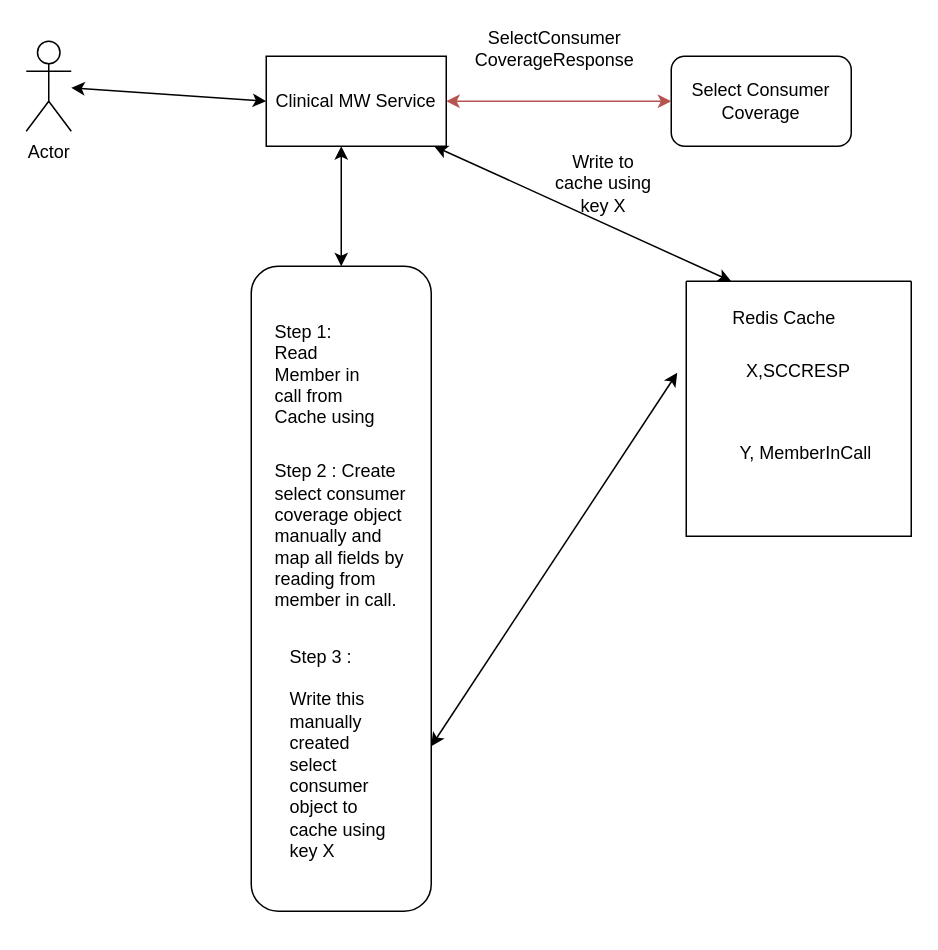
Above: Select Consumer Coverage.drawio in anshuldevmehta/RandomDiagrams (draw.io), before the change. Source tidied: cells renumbered, new cells numbered last; positions are measured from the earlier drawing's top-left corner, leaving out a move shared by most shapes. Both pictures are drawn from the tidied source at 150%, with x=0, y=0 at pixel (26, 26).
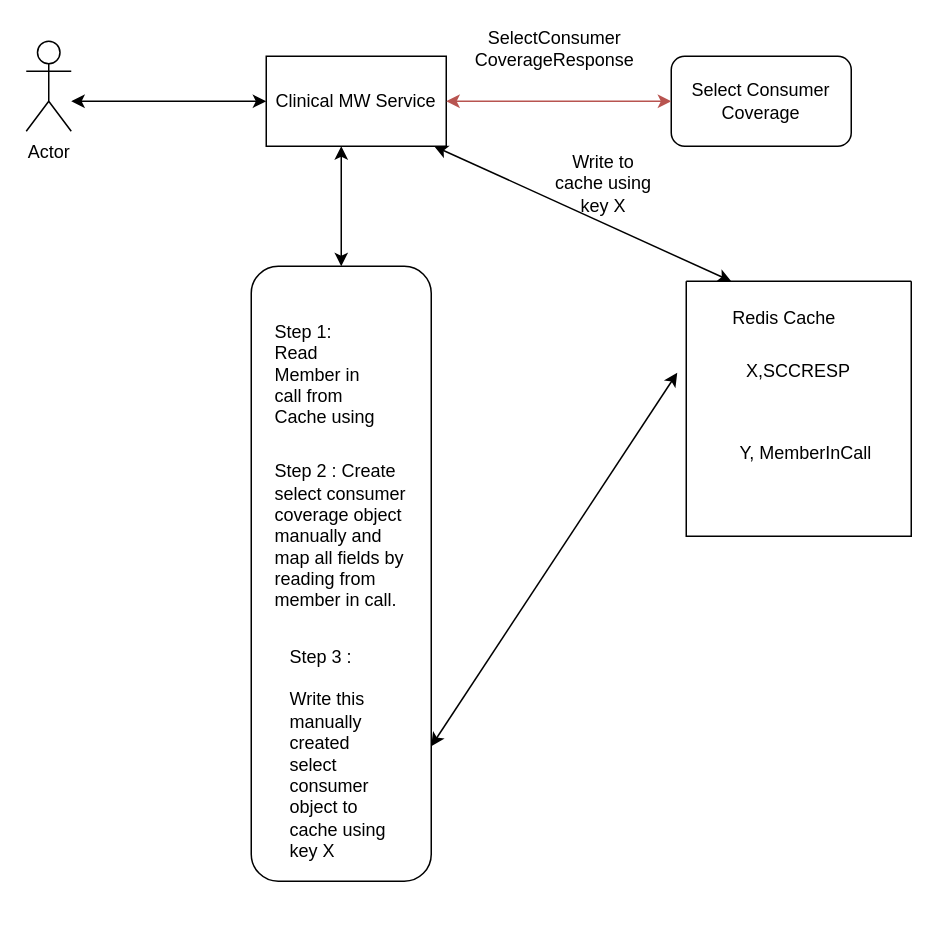
Above is the later version.

Unchanged cells that the change refers to:
```xml
<mxCell id="3" value="Clinical MW Service" style="rounded=0;whiteSpace=wrap;html=1;" parent="1" vertex="1">
  <mxGeometry x="160" y="20" width="120" height="60" as="geometry" />
</mxCell>
<mxCell id="6" value="Actor" style="shape=umlActor;verticalLabelPosition=bottom;verticalAlign=top;html=1;outlineConnect=0;" parent="1" vertex="1">
  <mxGeometry y="10" width="30" height="60" as="geometry" />
</mxCell>
```

What changed in the source:
```diff
@@
-    <mxCell id="7" style="endArrow=classic;startArrow=classic;html=1;rounded=0;entryX=0;entryY=0.5;entryDx=0;entryDy=0;" parent="1" edge="1" source="6" target="3">
-      <mxGeometry relative="1" as="geometry" />
+    <mxCell id="7" style="endArrow=classic;startArrow=classic;html=1;rounded=0;entryX=0;entryY=0.5;entryDx=0;entryDy=0;" parent="1" edge="1" target="3">
+      <mxGeometry relative="1" as="geometry">
+        <mxPoint x="30" y="50" as="sourcePoint" />
+      </mxGeometry>
     </mxCell>
@@
     <mxCell id="14" style="rounded=1;whiteSpace=wrap;html=1;" parent="1" vertex="1">
-      <mxGeometry x="150" y="160" width="120" height="430" as="geometry" />
+      <mxGeometry x="150" y="160" width="120" height="410" as="geometry" />
     </mxCell>
```
